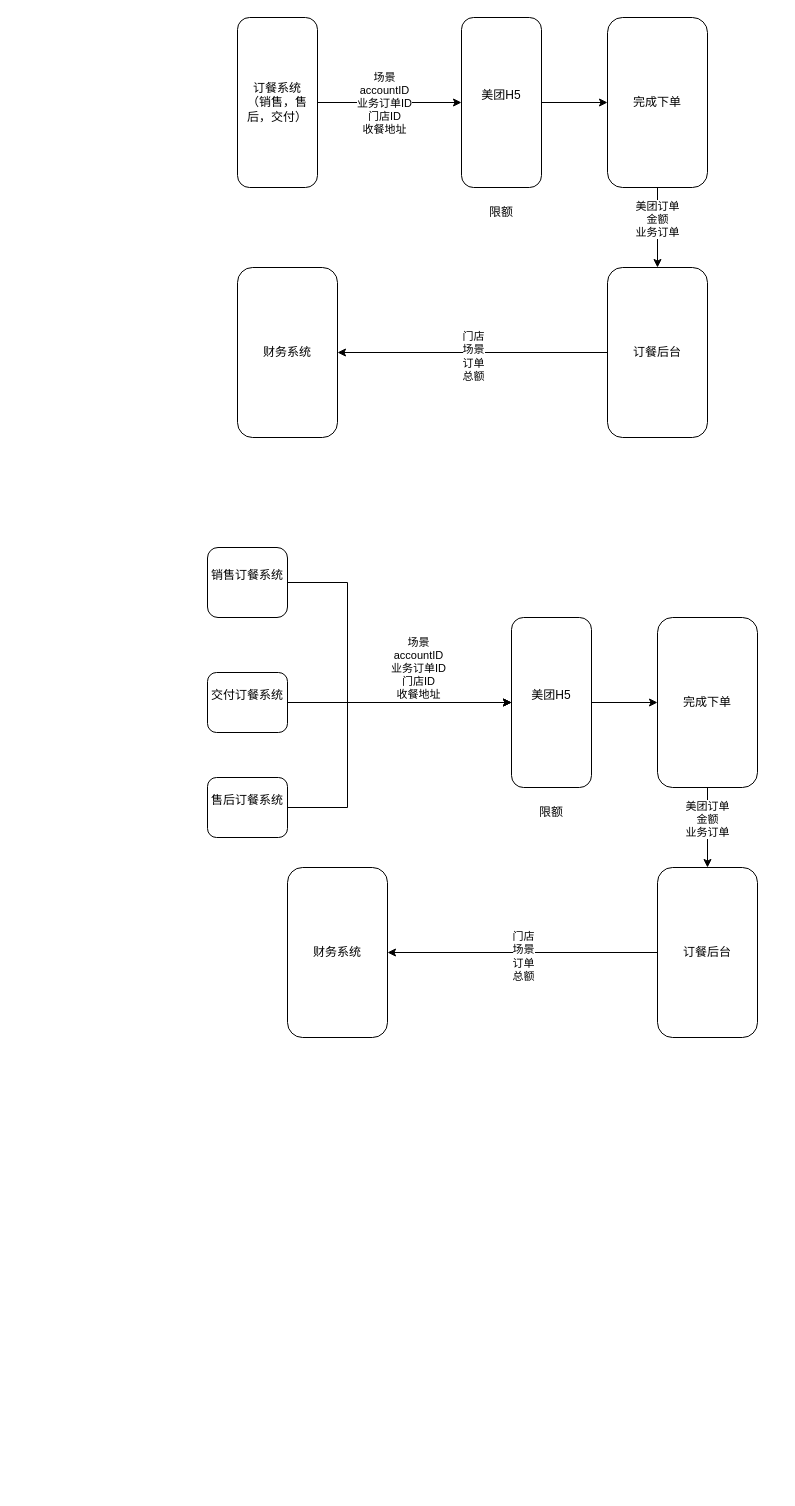
Earlier version of the draw.io diagram 订单系统.drawio (ysujn/space). Source tidied: cells renumbered, new cells numbered last; positions are measured from the earlier drawing's top-left corner, leaving out a move shared by most shapes. Both pictures are drawn from the tidied source at 100%, with x=0, y=0 at pixel (207, 17).
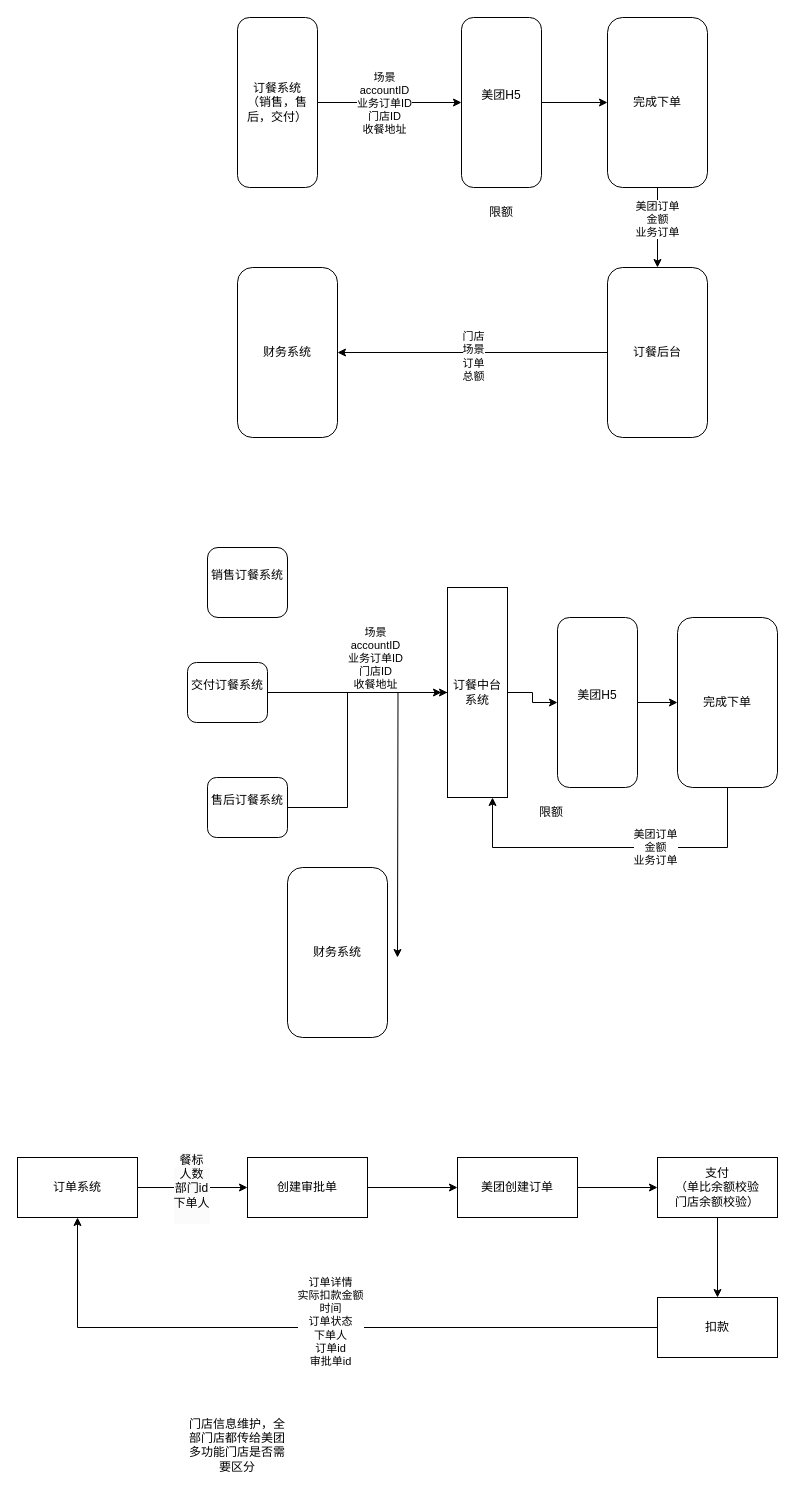
After the change.

Commit message:
更新订单系统.drawio

Unchanged cells that the change refers to:
```xml
<mxCell id="27" value="财务系统" style="rounded=1;whiteSpace=wrap;html=1;" parent="1" vertex="1">
  <mxGeometry x="80" y="850" width="100" height="170" as="geometry" />
</mxCell>
<mxCell id="29" value="销售订餐系统&lt;div&gt;&lt;br&gt;&lt;/div&gt;" style="rounded=1;whiteSpace=wrap;html=1;" parent="1" vertex="1">
  <mxGeometry y="530" width="80" height="70" as="geometry" />
</mxCell>
<mxCell id="31" value="售后订餐系统&lt;div&gt;&lt;br&gt;&lt;/div&gt;" style="rounded=1;whiteSpace=wrap;html=1;" parent="1" vertex="1">
  <mxGeometry y="760" width="80" height="60" as="geometry" />
</mxCell>
```

Diff of the diagram source:
```diff
@@
-    <mxCell id="15" style="edgeStyle=orthogonalEdgeStyle;rounded=0;jettySize=auto;html=1;" parent="1" edge="1" source="17" target="22">
+    <mxCell id="15" style="edgeStyle=orthogonalEdgeStyle;rounded=0;jettySize=auto;html=1;entryX=-0.1;entryY=0.5;entryDx=0;entryDy=0;entryPerimeter=0;" parent="1" edge="1" source="17" target="35">
       <mxGeometry relative="1" as="geometry" />
     </mxCell>
@@
     <mxCell id="17" value="交付订餐系统&lt;div&gt;&lt;br&gt;&lt;/div&gt;" style="rounded=1;whiteSpace=wrap;html=1;" parent="1" vertex="1">
-      <mxGeometry y="655" width="80" height="60" as="geometry" />
+      <mxGeometry x="-20" y="645" width="80" height="60" as="geometry" />
     </mxCell>
-    <mxCell id="18" style="edgeStyle=orthogonalEdgeStyle;rounded=0;jettySize=auto;html=1;" parent="1" edge="1" source="20" target="26">
-      <mxGeometry relative="1" as="geometry" />
+    <mxCell id="18" style="edgeStyle=orthogonalEdgeStyle;rounded=0;jettySize=auto;html=1;entryX=0.75;entryY=1;entryDx=0;entryDy=0;" parent="1" edge="1" source="20" target="35">
+      <mxGeometry relative="1" as="geometry">
+        <Array as="points">
+          <mxPoint x="520" y="830" />
+          <mxPoint x="285" y="830" />
+        </Array>
+      </mxGeometry>
     </mxCell>
@@
     <mxCell id="20" value="完成下单" style="rounded=1;whiteSpace=wrap;html=1;" parent="1" vertex="1">
-      <mxGeometry x="450" y="600" width="100" height="170" as="geometry" />
+      <mxGeometry x="470" y="600" width="100" height="170" as="geometry" />
     </mxCell>
@@
     <mxCell id="22" value="美团H5&lt;div&gt;&lt;br&gt;&lt;/div&gt;" style="rounded=1;whiteSpace=wrap;html=1;" parent="1" vertex="1">
-      <mxGeometry x="304" y="600" width="80" height="170" as="geometry" />
+      <mxGeometry x="350" y="600" width="80" height="170" as="geometry" />
     </mxCell>
@@
-    <mxCell id="24" style="edgeStyle=orthogonalEdgeStyle;rounded=0;jettySize=auto;html=1;" parent="1" edge="1" source="26" target="27">
-      <mxGeometry relative="1" as="geometry" />
-    </mxCell>
-    <mxCell id="25" value="门店&lt;div&gt;场景&lt;/div&gt;&lt;div&gt;订单&lt;/div&gt;&lt;div&gt;总额&lt;/div&gt;" style="edgeLabel;html=1;align=center;verticalAlign=middle;" parent="24" vertex="1">
-      <mxGeometry y="3" relative="1" as="geometry" />
-    </mxCell>
-    <mxCell id="26" value="订餐后台" style="rounded=1;whiteSpace=wrap;html=1;" parent="1" vertex="1">
-      <mxGeometry x="450" y="850" width="100" height="170" as="geometry" />
-    </mxCell>
@@
-    <mxCell id="28" style="edgeStyle=orthogonalEdgeStyle;rounded=0;jettySize=auto;html=1;entryX=0;entryY=0.5;entryDx=0;entryDy=0;" parent="1" edge="1" source="29" target="22">
-      <mxGeometry relative="1" as="geometry">
-        <Array as="points">
-          <mxPoint x="140" y="565" />
-          <mxPoint x="140" y="685" />
-        </Array>
-      </mxGeometry>
-    </mxCell>
@@
-    <mxCell id="30" style="edgeStyle=orthogonalEdgeStyle;rounded=0;jettySize=auto;html=1;entryX=0;entryY=0.5;entryDx=0;entryDy=0;" parent="1" edge="1" source="31" target="22">
-      <mxGeometry relative="1" as="geometry">
-        <Array as="points">
-          <mxPoint x="140" y="790" />
-          <mxPoint x="140" y="685" />
-        </Array>
-      </mxGeometry>
-    </mxCell>
@@
+    <mxCell id="32" style="edgeStyle=orthogonalEdgeStyle;rounded=0;jettySize=auto;html=1;entryX=0;entryY=0.5;entryDx=0;entryDy=0;" parent="1" edge="1" source="31" target="35">
+      <mxGeometry relative="1" as="geometry">
+        <Array as="points">
+          <mxPoint x="140" y="790" />
+        </Array>
+      </mxGeometry>
+    </mxCell>
+    <mxCell id="33" style="edgeStyle=orthogonalEdgeStyle;rounded=0;jettySize=auto;html=1;" parent="1" edge="1" source="35">
+      <mxGeometry relative="1" as="geometry">
+        <mxPoint x="190" y="940" as="targetPoint" />
+      </mxGeometry>
+    </mxCell>
+    <mxCell id="34" style="edgeStyle=orthogonalEdgeStyle;rounded=0;jettySize=auto;html=1;" parent="1" edge="1" source="35" target="22">
+      <mxGeometry relative="1" as="geometry" />
+    </mxCell>
+    <mxCell id="35" value="订餐中台系统" style="rounded=0;whiteSpace=wrap;html=1;" parent="1" vertex="1">
+      <mxGeometry x="240" y="570" width="60" height="210" as="geometry" />
+    </mxCell>
+    <mxCell id="36" style="edgeStyle=orthogonalEdgeStyle;rounded=0;jettySize=auto;html=1;" parent="1" edge="1" source="37" target="39">
+      <mxGeometry relative="1" as="geometry" />
+    </mxCell>
+    <mxCell id="37" value="创建审批单" style="rounded=0;whiteSpace=wrap;html=1;" parent="1" vertex="1">
+      <mxGeometry x="40" y="1140" width="120" height="60" as="geometry" />
+    </mxCell>
+    <mxCell id="38" style="edgeStyle=orthogonalEdgeStyle;rounded=0;jettySize=auto;html=1;" parent="1" edge="1" source="39" target="41">
+      <mxGeometry relative="1" as="geometry" />
+    </mxCell>
+    <mxCell id="39" value="美团创建订单" style="rounded=0;whiteSpace=wrap;html=1;" parent="1" vertex="1">
+      <mxGeometry x="250" y="1140" width="120" height="60" as="geometry" />
+    </mxCell>
+    <mxCell id="40" style="edgeStyle=orthogonalEdgeStyle;rounded=0;jettySize=auto;html=1;" parent="1" edge="1" source="41" target="44">
+      <mxGeometry relative="1" as="geometry" />
+    </mxCell>
+    <mxCell id="41" value="支付&lt;div&gt;（单比余额校验&lt;/div&gt;&lt;div&gt;门店余额校验）&lt;/div&gt;" style="rounded=0;whiteSpace=wrap;html=1;" parent="1" vertex="1">
+      <mxGeometry x="450" y="1140" width="120" height="60" as="geometry" />
+    </mxCell>
+    <mxCell id="42" style="edgeStyle=orthogonalEdgeStyle;rounded=0;jettySize=auto;html=1;entryX=0.5;entryY=1;entryDx=0;entryDy=0;" parent="1" edge="1" source="44" target="48">
+      <mxGeometry relative="1" as="geometry" />
+    </mxCell>
+    <mxCell id="43" value="订单详情&lt;div&gt;实际扣款金额&lt;/div&gt;&lt;div&gt;时间&lt;/div&gt;&lt;div&gt;订单状态&lt;/div&gt;&lt;div&gt;下单人&lt;/div&gt;&lt;div&gt;订单id&lt;/div&gt;&lt;div&gt;审批单id&lt;/div&gt;&lt;div&gt;&lt;br&gt;&lt;/div&gt;" style="edgeLabel;html=1;align=center;verticalAlign=middle;" parent="42" vertex="1">
+      <mxGeometry x="-0.05" relative="1" as="geometry" />
+    </mxCell>
+    <mxCell id="44" value="扣款" style="rounded=0;whiteSpace=wrap;html=1;" parent="1" vertex="1">
+      <mxGeometry x="450" y="1280" width="120" height="60" as="geometry" />
+    </mxCell>
+    <mxCell id="45" style="edgeStyle=orthogonalEdgeStyle;rounded=0;jettySize=auto;html=1;" parent="1" edge="1" source="48" target="37">
+      <mxGeometry relative="1" as="geometry" />
+    </mxCell>
+    <mxCell id="46" style="edgeLabel;html=1;align=center;verticalAlign=middle;" parent="45" vertex="1">
+      <mxGeometry y="-2" relative="1" as="geometry" />
+    </mxCell>
+    <mxCell id="47" value="&lt;span style=&quot;font-size: 12px; background-color: rgb(251, 251, 251);&quot;&gt;餐标&lt;/span&gt;&lt;div style=&quot;font-size: 12px; background-color: rgb(251, 251, 251);&quot;&gt;人数&lt;/div&gt;&lt;div style=&quot;font-size: 12px; background-color: rgb(251, 251, 251);&quot;&gt;部门id&lt;/div&gt;&lt;div style=&quot;font-size: 12px; background-color: rgb(251, 251, 251);&quot;&gt;下单人&lt;/div&gt;&lt;div style=&quot;font-size: 12px; background-color: rgb(251, 251, 251);&quot;&gt;&lt;br&gt;&lt;/div&gt;" style="edgeLabel;html=1;align=center;verticalAlign=middle;" parent="45" vertex="1">
+      <mxGeometry x="-0.03" relative="1" as="geometry" />
+    </mxCell>
+    <mxCell id="48" value="订单系统" style="rounded=0;whiteSpace=wrap;html=1;" parent="1" vertex="1">
+      <mxGeometry x="-190" y="1140" width="120" height="60" as="geometry" />
+    </mxCell>
+    <mxCell id="49" value="门店信息维护，全部门店都传给美团&lt;div&gt;多功能门店是否需要区分&lt;/div&gt;&lt;div&gt;&lt;br&gt;&lt;/div&gt;" style="text;html=1;align=center;verticalAlign=middle;whiteSpace=wrap;rounded=0;" parent="1" vertex="1">
+      <mxGeometry x="-20" y="1420" width="100" height="30" as="geometry" />
+    </mxCell>
```
